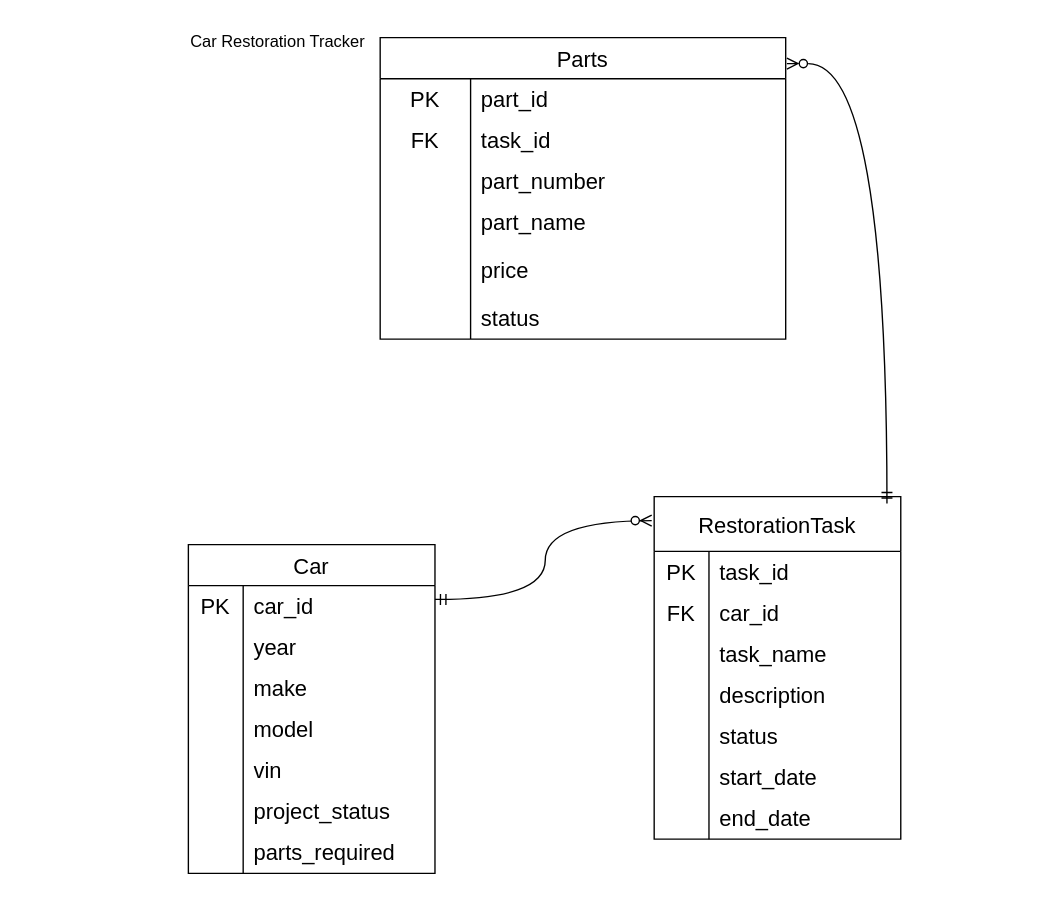
This is RestorationTrackErd.drawio from Bletsch22/ERD, a draw.io file, before an edit. Source tidied: cells renumbered, new cells numbered last; positions are measured from the earlier drawing's top-left corner, leaving out a move shared by most shapes. Both pictures are drawn from the tidied source at 137%, with x=0, y=0 at pixel (174, 23).
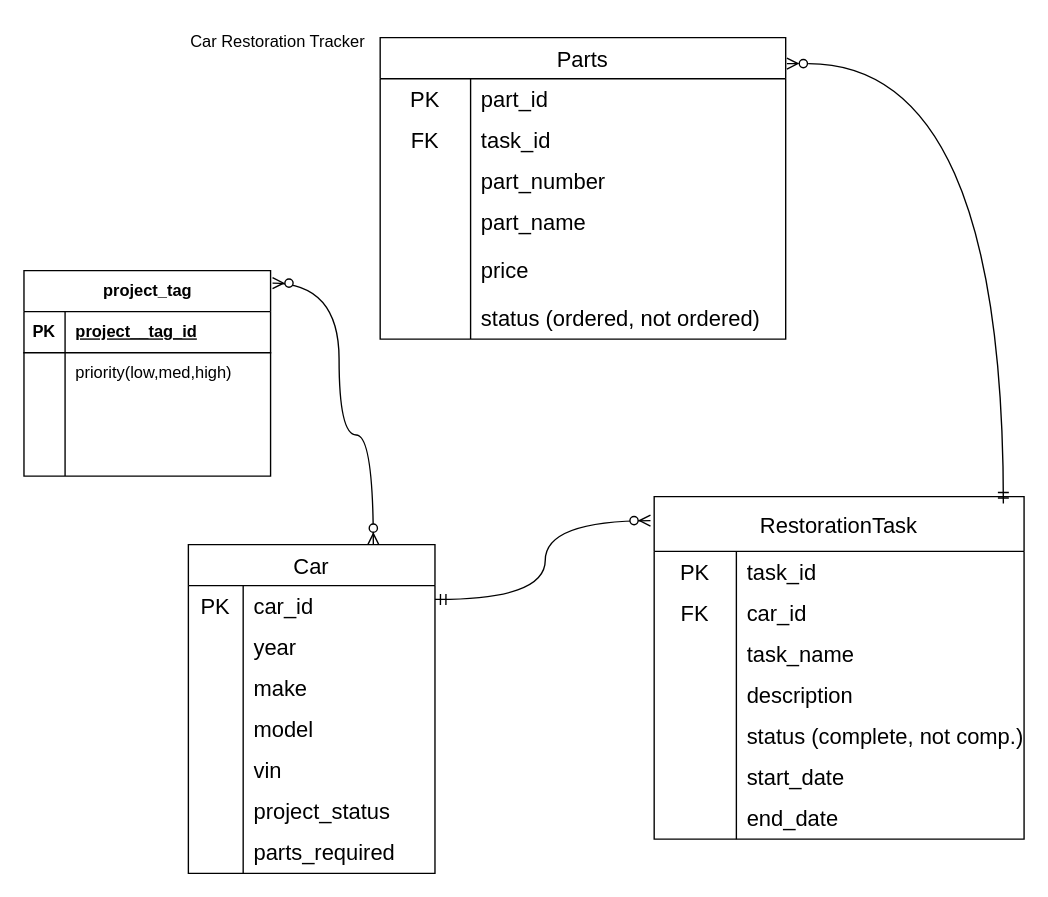
After the change.

The change refers to these unchanged cells:
```xml
<mxCell id="18" style="shape=tableRow;horizontal=0;startSize=0;swimlaneHead=0;swimlaneBody=0;top=0;left=0;bottom=0;right=0;fillColor=none;strokeColor=inherit;fontSize=16;" parent="2" vertex="1">
  <mxGeometry y="190" width="296" height="30" as="geometry" />
</mxCell>
<mxCell id="43" value="Car" style="shape=table;startSize=30;childLayout=tableLayout;rowLines=0;fontStyle=0;strokeColor=default;fontSize=16;" parent="1" vertex="1">
  <mxGeometry x="10" y="380" width="180" height="240" as="geometry" />
</mxCell>
```

Diff of the diagram source:
```diff
@@
-    <mxCell id="20" value="status" style="shape=partialRectangle;html=1;whiteSpace=wrap;fillColor=none;top=0;left=0;bottom=0;right=0;align=left;spacingLeft=6;overflow=hidden;strokeColor=inherit;fontSize=16;" parent="18" vertex="1">
+    <mxCell id="20" value="status (ordered, not ordered)" style="shape=partialRectangle;html=1;whiteSpace=wrap;fillColor=none;top=0;left=0;bottom=0;right=0;align=left;spacingLeft=6;overflow=hidden;strokeColor=inherit;fontSize=16;" parent="18" vertex="1">
       <mxGeometry x="66" width="230" height="30" as="geometry" />
     </mxCell>
     <mxCell id="21" value="RestorationTask" style="shape=table;startSize=40;childLayout=tableLayout;rowLines=0;fontStyle=0;strokeColor=default;fontSize=16;" parent="1" vertex="1">
-      <mxGeometry x="350" y="345" width="180" height="250" as="geometry" />
+      <mxGeometry x="350" y="345" width="270" height="250" as="geometry" />
     </mxCell>
     <mxCell id="22" style="shape=tableRow;horizontal=0;startSize=0;swimlaneHead=0;swimlaneBody=0;top=0;left=0;bottom=0;right=0;fillColor=none;strokeColor=inherit;fontSize=16;" parent="21" vertex="1">
-      <mxGeometry y="40" width="180" height="30" as="geometry" />
+      <mxGeometry y="40" width="270" height="30" as="geometry" />
     </mxCell>
     <mxCell id="23" value="PK" style="shape=partialRectangle;html=1;whiteSpace=wrap;fillColor=none;top=0;left=0;bottom=0;right=0;overflow=hidden;strokeColor=inherit;fontSize=16;" parent="22" vertex="1">
-      <mxGeometry width="40" height="30" as="geometry" />
+      <mxGeometry width="60" height="30" as="geometry" />
     </mxCell>
     <mxCell id="24" value="task_id" style="shape=partialRectangle;html=1;whiteSpace=wrap;fillColor=none;top=0;left=0;bottom=0;right=0;align=left;spacingLeft=6;overflow=hidden;strokeColor=inherit;fontSize=16;" parent="22" vertex="1">
-      <mxGeometry x="40" width="140" height="30" as="geometry" />
+      <mxGeometry x="60" width="210" height="30" as="geometry" />
     </mxCell>
     <mxCell id="25" style="shape=tableRow;horizontal=0;startSize=0;swimlaneHead=0;swimlaneBody=0;top=0;left=0;bottom=0;right=0;fillColor=none;strokeColor=inherit;fontSize=16;" parent="21" vertex="1">
-      <mxGeometry y="70" width="180" height="30" as="geometry" />
+      <mxGeometry y="70" width="270" height="30" as="geometry" />
     </mxCell>
     <mxCell id="26" value="FK" style="shape=partialRectangle;html=1;whiteSpace=wrap;fillColor=none;top=0;left=0;bottom=0;right=0;overflow=hidden;strokeColor=inherit;fontSize=16;" parent="25" vertex="1">
-      <mxGeometry width="40" height="30" as="geometry" />
+      <mxGeometry width="60" height="30" as="geometry" />
     </mxCell>
     <mxCell id="27" value="car_id" style="shape=partialRectangle;html=1;whiteSpace=wrap;fillColor=none;top=0;left=0;bottom=0;right=0;align=left;spacingLeft=6;overflow=hidden;strokeColor=inherit;fontSize=16;" parent="25" vertex="1">
-      <mxGeometry x="40" width="140" height="30" as="geometry" />
+      <mxGeometry x="60" width="210" height="30" as="geometry" />
     </mxCell>
     <mxCell id="28" style="shape=tableRow;horizontal=0;startSize=0;swimlaneHead=0;swimlaneBody=0;top=0;left=0;bottom=0;right=0;fillColor=none;strokeColor=inherit;fontSize=16;" parent="21" vertex="1">
-      <mxGeometry y="100" width="180" height="30" as="geometry" />
+      <mxGeometry y="100" width="270" height="30" as="geometry" />
     </mxCell>
     <mxCell id="29" style="shape=partialRectangle;html=1;whiteSpace=wrap;fillColor=none;top=0;left=0;bottom=0;right=0;overflow=hidden;strokeColor=inherit;fontSize=16;" parent="28" vertex="1">
-      <mxGeometry width="40" height="30" as="geometry" />
+      <mxGeometry width="60" height="30" as="geometry" />
     </mxCell>
     <mxCell id="30" value="task_name" style="shape=partialRectangle;html=1;whiteSpace=wrap;fillColor=none;top=0;left=0;bottom=0;right=0;align=left;spacingLeft=6;overflow=hidden;strokeColor=inherit;fontSize=16;" parent="28" vertex="1">
-      <mxGeometry x="40" width="140" height="30" as="geometry" />
+      <mxGeometry x="60" width="210" height="30" as="geometry" />
     </mxCell>
     <mxCell id="31" style="shape=tableRow;horizontal=0;startSize=0;swimlaneHead=0;swimlaneBody=0;top=0;left=0;bottom=0;right=0;fillColor=none;strokeColor=inherit;fontSize=16;" parent="21" vertex="1">
-      <mxGeometry y="130" width="180" height="30" as="geometry" />
+      <mxGeometry y="130" width="270" height="30" as="geometry" />
     </mxCell>
     <mxCell id="32" style="shape=partialRectangle;html=1;whiteSpace=wrap;fillColor=none;top=0;left=0;bottom=0;right=0;overflow=hidden;strokeColor=inherit;fontSize=16;" parent="31" vertex="1">
-      <mxGeometry width="40" height="30" as="geometry" />
+      <mxGeometry width="60" height="30" as="geometry" />
     </mxCell>
     <mxCell id="33" value="description" style="shape=partialRectangle;html=1;whiteSpace=wrap;fillColor=none;top=0;left=0;bottom=0;right=0;align=left;spacingLeft=6;overflow=hidden;strokeColor=inherit;fontSize=16;" parent="31" vertex="1">
-      <mxGeometry x="40" width="140" height="30" as="geometry" />
+      <mxGeometry x="60" width="210" height="30" as="geometry" />
     </mxCell>
     <mxCell id="34" style="shape=tableRow;horizontal=0;startSize=0;swimlaneHead=0;swimlaneBody=0;top=0;left=0;bottom=0;right=0;fillColor=none;strokeColor=inherit;fontSize=16;" parent="21" vertex="1">
-      <mxGeometry y="160" width="180" height="30" as="geometry" />
+      <mxGeometry y="160" width="270" height="30" as="geometry" />
     </mxCell>
     <mxCell id="35" style="shape=partialRectangle;html=1;whiteSpace=wrap;fillColor=none;top=0;left=0;bottom=0;right=0;overflow=hidden;strokeColor=inherit;fontSize=16;" parent="34" vertex="1">
-      <mxGeometry width="40" height="30" as="geometry" />
+      <mxGeometry width="60" height="30" as="geometry" />
     </mxCell>
-    <mxCell id="36" value="status" style="shape=partialRectangle;html=1;whiteSpace=wrap;fillColor=none;top=0;left=0;bottom=0;right=0;align=left;spacingLeft=6;overflow=hidden;strokeColor=inherit;fontSize=16;" parent="34" vertex="1">
-      <mxGeometry x="40" width="140" height="30" as="geometry" />
+    <mxCell id="36" value="status (complete, not comp.)" style="shape=partialRectangle;html=1;whiteSpace=wrap;fillColor=none;top=0;left=0;bottom=0;right=0;align=left;spacingLeft=6;overflow=hidden;strokeColor=inherit;fontSize=16;" parent="34" vertex="1">
+      <mxGeometry x="60" width="210" height="30" as="geometry" />
     </mxCell>
     <mxCell id="37" style="shape=tableRow;horizontal=0;startSize=0;swimlaneHead=0;swimlaneBody=0;top=0;left=0;bottom=0;right=0;fillColor=none;strokeColor=inherit;fontSize=16;" parent="21" vertex="1">
-      <mxGeometry y="190" width="180" height="30" as="geometry" />
+      <mxGeometry y="190" width="270" height="30" as="geometry" />
     </mxCell>
     <mxCell id="38" style="shape=partialRectangle;html=1;whiteSpace=wrap;fillColor=none;top=0;left=0;bottom=0;right=0;overflow=hidden;strokeColor=inherit;fontSize=16;" parent="37" vertex="1">
-      <mxGeometry width="40" height="30" as="geometry" />
+      <mxGeometry width="60" height="30" as="geometry" />
     </mxCell>
     <mxCell id="39" value="start_date" style="shape=partialRectangle;html=1;whiteSpace=wrap;fillColor=none;top=0;left=0;bottom=0;right=0;align=left;spacingLeft=6;overflow=hidden;strokeColor=inherit;fontSize=16;" parent="37" vertex="1">
-      <mxGeometry x="40" width="140" height="30" as="geometry" />
+      <mxGeometry x="60" width="210" height="30" as="geometry" />
     </mxCell>
     <mxCell id="40" style="shape=tableRow;horizontal=0;startSize=0;swimlaneHead=0;swimlaneBody=0;top=0;left=0;bottom=0;right=0;fillColor=none;strokeColor=inherit;fontSize=16;" parent="21" vertex="1">
-      <mxGeometry y="220" width="180" height="30" as="geometry" />
+      <mxGeometry y="220" width="270" height="30" as="geometry" />
     </mxCell>
     <mxCell id="41" style="shape=partialRectangle;html=1;whiteSpace=wrap;fillColor=none;top=0;left=0;bottom=0;right=0;overflow=hidden;strokeColor=inherit;fontSize=16;" parent="40" vertex="1">
-      <mxGeometry width="40" height="30" as="geometry" />
+      <mxGeometry width="60" height="30" as="geometry" />
     </mxCell>
     <mxCell id="42" value="end_date" style="shape=partialRectangle;html=1;whiteSpace=wrap;fillColor=none;top=0;left=0;bottom=0;right=0;align=left;spacingLeft=6;overflow=hidden;strokeColor=inherit;fontSize=16;" parent="40" vertex="1">
-      <mxGeometry x="40" width="140" height="30" as="geometry" />
+      <mxGeometry x="60" width="210" height="30" as="geometry" />
     </mxCell>
@@
+    <mxCell id="68" value="project_tag" style="shape=table;startSize=30;childLayout=tableLayout;rowLines=0;fontStyle=1;align=center;html=1;" parent="1" vertex="1">
+      <mxGeometry x="-110" y="180" width="180" height="150" as="geometry" />
+    </mxCell>
+    <mxCell id="69" style="shape=tableRow;horizontal=0;startSize=0;swimlaneHead=0;swimlaneBody=0;fillColor=none;top=0;left=0;right=0;bottom=1;" parent="68" vertex="1">
+      <mxGeometry y="30" width="180" height="30" as="geometry" />
+    </mxCell>
+    <mxCell id="70" value="PK" style="shape=partialRectangle;fillColor=none;top=0;left=0;bottom=0;right=0;fontStyle=1;overflow=hidden;whiteSpace=wrap;html=1;" parent="69" vertex="1">
+      <mxGeometry width="30" height="30" as="geometry" />
+    </mxCell>
+    <mxCell id="71" value="project__tag_id" style="shape=partialRectangle;fillColor=none;top=0;left=0;bottom=0;right=0;align=left;spacingLeft=6;fontStyle=5;overflow=hidden;whiteSpace=wrap;html=1;" parent="69" vertex="1">
+      <mxGeometry x="30" width="150" height="30" as="geometry" />
+    </mxCell>
+    <mxCell id="72" style="shape=tableRow;horizontal=0;startSize=0;swimlaneHead=0;swimlaneBody=0;fillColor=none;top=0;left=0;right=0;bottom=0;" parent="68" vertex="1">
+      <mxGeometry y="60" width="180" height="30" as="geometry" />
+    </mxCell>
+    <mxCell id="73" style="shape=partialRectangle;fillColor=none;top=0;left=0;bottom=0;right=0;overflow=hidden;whiteSpace=wrap;html=1;" parent="72" vertex="1">
+      <mxGeometry width="30" height="30" as="geometry" />
+    </mxCell>
+    <mxCell id="74" value="priority(low,med,high)" style="shape=partialRectangle;fillColor=none;top=0;left=0;bottom=0;right=0;align=left;spacingLeft=6;overflow=hidden;whiteSpace=wrap;html=1;" parent="72" vertex="1">
+      <mxGeometry x="30" width="150" height="30" as="geometry" />
+    </mxCell>
+    <mxCell id="75" style="shape=tableRow;horizontal=0;startSize=0;swimlaneHead=0;swimlaneBody=0;fillColor=none;top=0;left=0;right=0;bottom=0;" parent="68" vertex="1">
+      <mxGeometry y="90" width="180" height="30" as="geometry" />
+    </mxCell>
+    <mxCell id="76" style="shape=partialRectangle;fillColor=none;top=0;left=0;bottom=0;right=0;overflow=hidden;whiteSpace=wrap;html=1;" parent="75" vertex="1">
+      <mxGeometry width="30" height="30" as="geometry" />
+    </mxCell>
+    <mxCell id="77" style="shape=partialRectangle;fillColor=none;top=0;left=0;bottom=0;right=0;align=left;spacingLeft=6;overflow=hidden;whiteSpace=wrap;html=1;" parent="75" vertex="1">
+      <mxGeometry x="30" width="150" height="30" as="geometry" />
+    </mxCell>
+    <mxCell id="78" style="shape=tableRow;horizontal=0;startSize=0;swimlaneHead=0;swimlaneBody=0;fillColor=none;top=0;left=0;right=0;bottom=0;" parent="68" vertex="1">
+      <mxGeometry y="120" width="180" height="30" as="geometry" />
+    </mxCell>
+    <mxCell id="79" style="shape=partialRectangle;fillColor=none;top=0;left=0;bottom=0;right=0;overflow=hidden;whiteSpace=wrap;html=1;" parent="78" vertex="1">
+      <mxGeometry width="30" height="30" as="geometry" />
+    </mxCell>
+    <mxCell id="80" style="shape=partialRectangle;fillColor=none;top=0;left=0;bottom=0;right=0;align=left;spacingLeft=6;overflow=hidden;whiteSpace=wrap;html=1;" parent="78" vertex="1">
+      <mxGeometry x="30" width="150" height="30" as="geometry" />
+    </mxCell>
+    <mxCell id="81" style="edgeStyle=orthogonalEdgeStyle;fontSize=12;html=1;endArrow=ERzeroToMany;endFill=1;startArrow=ERzeroToMany;rounded=0;curved=1;entryX=1.008;entryY=0.061;entryDx=0;entryDy=0;entryPerimeter=0;exitX=0.75;exitY=0;exitDx=0;exitDy=0;" parent="1" edge="1" source="43" target="68">
+      <mxGeometry relative="1" as="geometry">
+        <Array as="points">
+          <mxPoint x="145" y="300" />
+          <mxPoint x="120" y="300" />
+          <mxPoint x="120" y="189" />
+        </Array>
+      </mxGeometry>
+    </mxCell>
```
